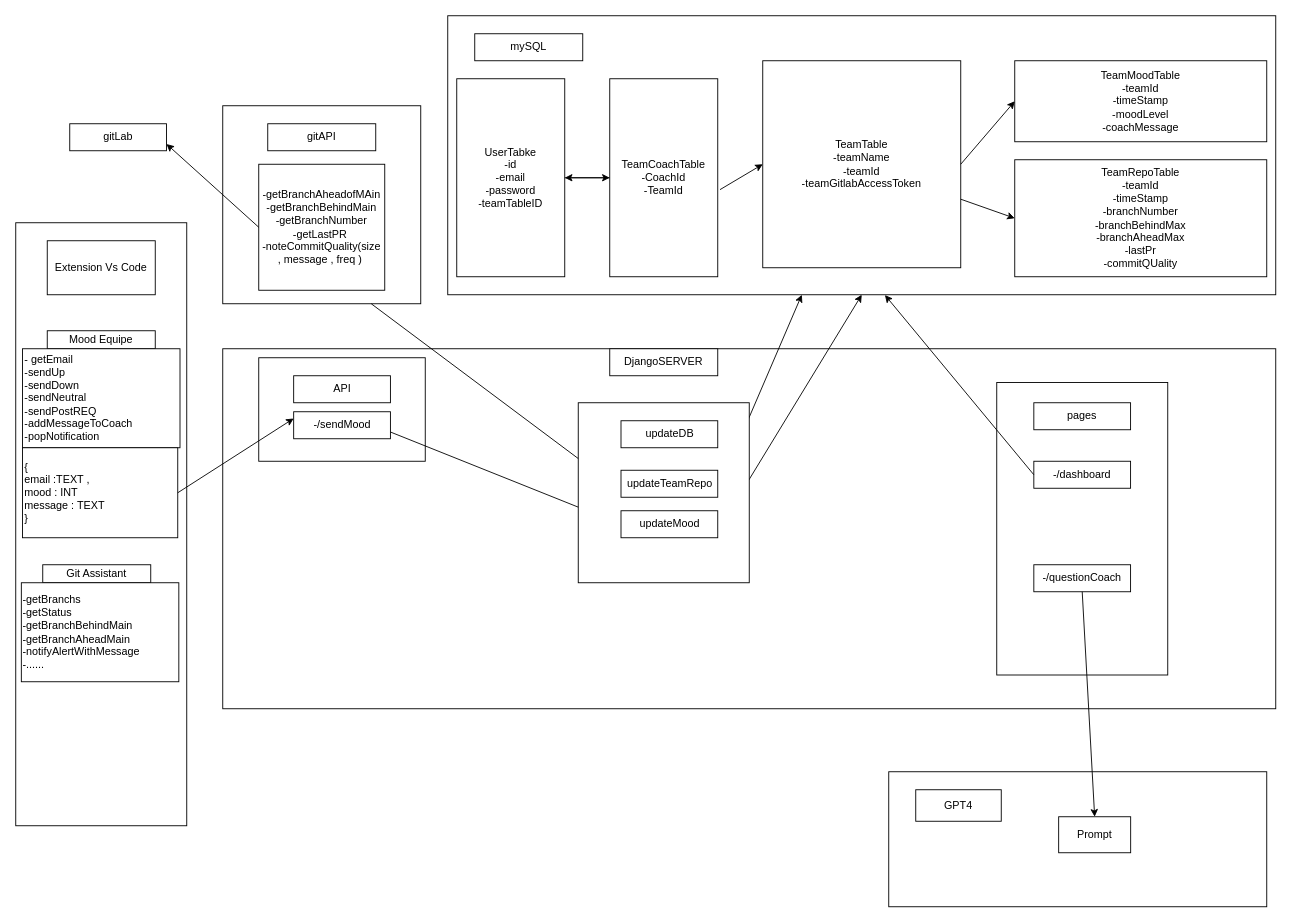
Above: architecture.drawio in mohamedali3107/codingcoach (draw.io), before the change. Source tidied: cells renumbered, new cells numbered last; positions are measured from the earlier drawing's top-left corner, leaving out a move shared by most shapes. Both pictures are drawn from the tidied source at 90%, with x=0, y=0 at pixel (15, 15).
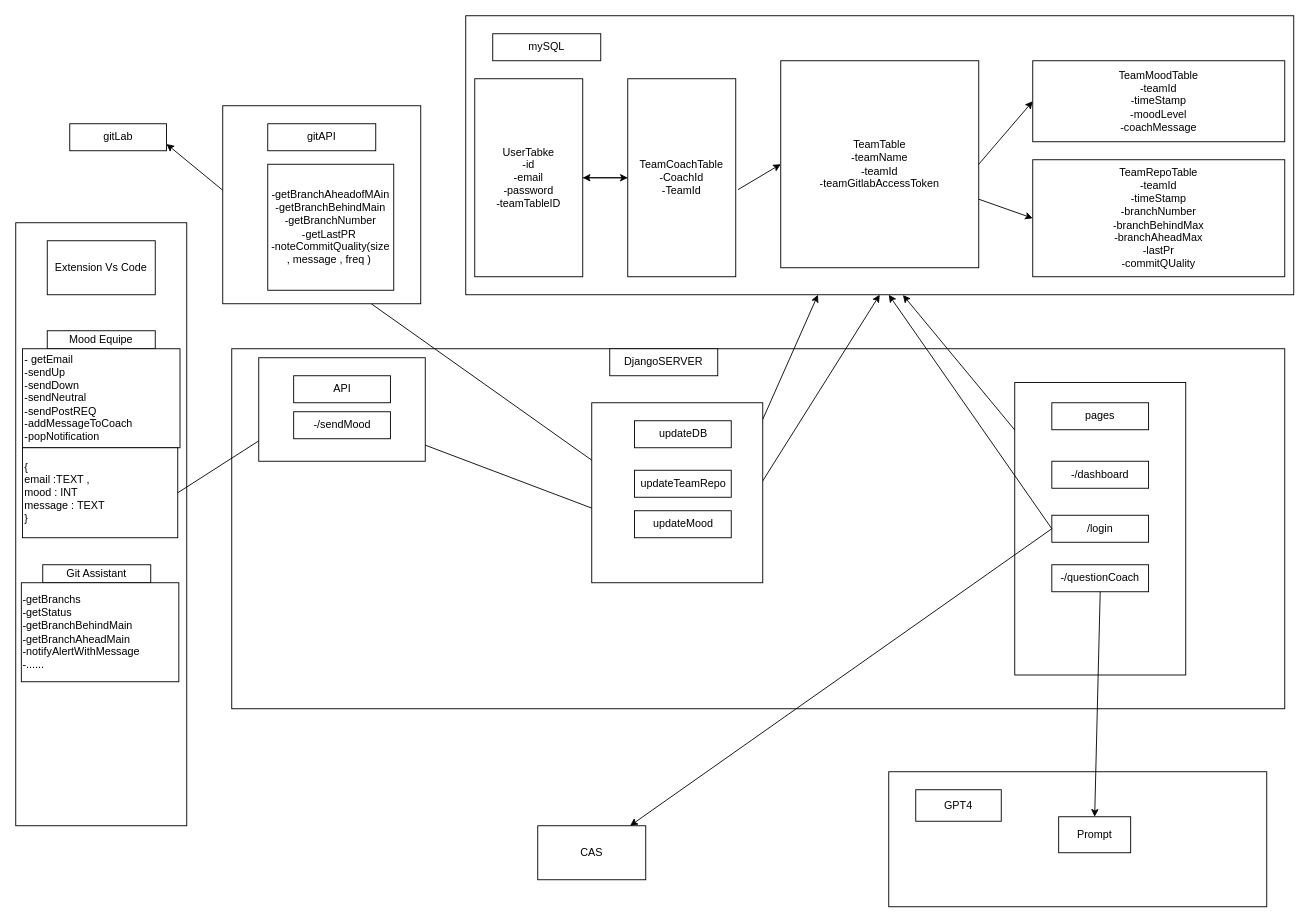
The same diagram, later.

Change to the diagram source:
```diff
@@
-    <mxCell id="10" style="rounded=0;whiteSpace=wrap;html=1;" parent="1" vertex="1">
-      <mxGeometry x="230" y="100" width="220" height="220" as="geometry" />
-    </mxCell>
-    <mxCell id="11" value="gitAPI" style="rounded=0;whiteSpace=wrap;html=1;" parent="1" vertex="1">
-      <mxGeometry x="280" y="120" width="120" height="30" as="geometry" />
-    </mxCell>
-    <mxCell id="12" value="-getBranchAheadofMAin&lt;br&gt;-getBranchBehindMain&lt;br&gt;-getBranchNumber&lt;br&gt;-getLastPR&amp;nbsp;&lt;br&gt;-noteCommitQuality(size , message , freq )&amp;nbsp;" style="whiteSpace=wrap;html=1;" parent="1" vertex="1">
-      <mxGeometry x="270" y="165" width="140" height="140" as="geometry" />
-    </mxCell>
     <mxCell id="13" style="rounded=0;whiteSpace=wrap;html=1;" parent="1" vertex="1">
-      <mxGeometry x="230" y="370" width="1170" height="400" as="geometry" />
+      <mxGeometry x="240" y="370" width="1170" height="400" as="geometry" />
     </mxCell>
@@
-    <mxCell id="15" style="rounded=0;whiteSpace=wrap;html=1;" parent="1" vertex="1">
-      <mxGeometry x="270" y="380" width="185" height="115" as="geometry" />
-    </mxCell>
-    <mxCell id="16" value="API" style="rounded=0;whiteSpace=wrap;html=1;" parent="1" vertex="1">
-      <mxGeometry x="308.8" y="400" width="107.5" height="30" as="geometry" />
-    </mxCell>
-    <mxCell id="17" value="-/sendMood" style="rounded=0;whiteSpace=wrap;html=1;" parent="1" vertex="1">
-      <mxGeometry x="308.8" y="440" width="107.5" height="30" as="geometry" />
-    </mxCell>
@@
-    <mxCell id="19" style="rounded=0;whiteSpace=wrap;html=1;" parent="1" vertex="1">
-      <mxGeometry x="1090" y="407.5" width="190" height="325" as="geometry" />
-    </mxCell>
@@
-    <mxCell id="22" value="pages" style="rounded=0;whiteSpace=wrap;html=1;" parent="1" vertex="1">
-      <mxGeometry x="1131.2" y="430" width="107.5" height="30" as="geometry" />
-    </mxCell>
-    <mxCell id="23" value="-/dashboard" style="rounded=0;whiteSpace=wrap;html=1;" parent="1" vertex="1">
-      <mxGeometry x="1131.2" y="495" width="107.5" height="30" as="geometry" />
-    </mxCell>
-    <mxCell id="24" value="-/questionCoach" style="rounded=0;whiteSpace=wrap;html=1;" parent="1" vertex="1">
-      <mxGeometry x="1131.2" y="610" width="107.5" height="30" as="geometry" />
-    </mxCell>
     <mxCell id="25" style="group;" parent="1" vertex="1">
-      <mxGeometry x="480" width="920" height="310" as="geometry" />
+      <mxGeometry x="500" width="920" height="310" as="geometry" />
     </mxCell>
@@
     <mxCell id="42" style="group;" parent="1" vertex="1">
-      <mxGeometry x="625" y="430" width="190" height="200" as="geometry" />
+      <mxGeometry x="640" y="430" width="190" height="200" as="geometry" />
     </mxCell>
@@
+    <mxCell id="52" style="group;" parent="1" vertex="1">
+      <mxGeometry x="970" y="840" width="420" height="150" as="geometry" />
+    </mxCell>
-    <mxCell id="48" style="rounded=0;whiteSpace=wrap;html=1;" parent="1" vertex="1">
-      <mxGeometry x="970" y="840" width="420" height="150" as="geometry" />
+    <mxCell id="48" style="rounded=0;whiteSpace=wrap;html=1;" parent="52" vertex="1">
+      <mxGeometry width="420" height="150" as="geometry" />
     </mxCell>
-    <mxCell id="49" value="GPT4" style="rounded=0;whiteSpace=wrap;html=1;" parent="1" vertex="1">
-      <mxGeometry x="1000" y="860" width="95" height="35" as="geometry" />
+    <mxCell id="49" value="GPT4" style="rounded=0;whiteSpace=wrap;html=1;" parent="52" vertex="1">
+      <mxGeometry x="30" y="20" width="95" height="35" as="geometry" />
     </mxCell>
-    <mxCell id="50" value="Prompt" style="rounded=0;whiteSpace=wrap;html=1;" parent="1" vertex="1">
-      <mxGeometry x="1158.8" y="890" width="80" height="40" as="geometry" />
+    <mxCell id="50" value="Prompt" style="rounded=0;whiteSpace=wrap;html=1;" parent="52" vertex="1">
+      <mxGeometry x="188.8" y="50" width="80" height="40" as="geometry" />
     </mxCell>
+    <mxCell id="53" style="group;" parent="1" vertex="1">
+      <mxGeometry x="1110" y="407.5" width="190" height="325" as="geometry" />
+    </mxCell>
+    <mxCell id="19" style="rounded=0;whiteSpace=wrap;html=1;" parent="53" vertex="1">
+      <mxGeometry width="190" height="325" as="geometry" />
+    </mxCell>
+    <mxCell id="22" value="pages" style="rounded=0;whiteSpace=wrap;html=1;" parent="53" vertex="1">
+      <mxGeometry x="41.2" y="22.5" width="107.5" height="30" as="geometry" />
+    </mxCell>
+    <mxCell id="23" value="-/dashboard" style="rounded=0;whiteSpace=wrap;html=1;" parent="53" vertex="1">
+      <mxGeometry x="41.2" y="87.5" width="107.5" height="30" as="geometry" />
+    </mxCell>
+    <mxCell id="24" value="-/questionCoach" style="rounded=0;whiteSpace=wrap;html=1;" parent="53" vertex="1">
+      <mxGeometry x="41.2" y="202.5" width="107.5" height="30" as="geometry" />
+    </mxCell>
+    <mxCell id="54" value="/login" style="rounded=0;whiteSpace=wrap;html=1;" parent="53" vertex="1">
+      <mxGeometry x="41.2" y="147.5" width="107.5" height="30" as="geometry" />
+    </mxCell>
+    <mxCell id="55" style="group;" parent="1" vertex="1">
+      <mxGeometry x="270" y="380" width="185" height="115" as="geometry" />
+    </mxCell>
+    <mxCell id="15" style="rounded=0;whiteSpace=wrap;html=1;" parent="55" vertex="1">
+      <mxGeometry width="185" height="115" as="geometry" />
+    </mxCell>
+    <mxCell id="16" value="API" style="rounded=0;whiteSpace=wrap;html=1;" parent="55" vertex="1">
+      <mxGeometry x="38.8" y="20" width="107.5" height="30" as="geometry" />
+    </mxCell>
+    <mxCell id="17" value="-/sendMood" style="rounded=0;whiteSpace=wrap;html=1;" parent="55" vertex="1">
+      <mxGeometry x="38.8" y="60" width="107.5" height="30" as="geometry" />
+    </mxCell>
+    <mxCell id="56" style="group;" parent="1" vertex="1">
+      <mxGeometry x="230" y="100" width="220" height="220" as="geometry" />
+    </mxCell>
+    <mxCell id="10" style="rounded=0;whiteSpace=wrap;html=1;" parent="56" vertex="1">
+      <mxGeometry width="220" height="220" as="geometry" />
+    </mxCell>
+    <mxCell id="11" value="gitAPI" style="rounded=0;whiteSpace=wrap;html=1;" parent="56" vertex="1">
+      <mxGeometry x="50" y="20" width="120" height="30" as="geometry" />
+    </mxCell>
+    <mxCell id="12" value="-getBranchAheadofMAin&lt;br&gt;-getBranchBehindMain&lt;br&gt;-getBranchNumber&lt;br&gt;-getLastPR&amp;nbsp;&lt;br&gt;-noteCommitQuality(size , message , freq )&amp;nbsp;" style="whiteSpace=wrap;html=1;" parent="56" vertex="1">
+      <mxGeometry x="50" y="65" width="140" height="140" as="geometry" />
+    </mxCell>
@@
+    <mxCell id="57" value="CAS" style="rounded=0;whiteSpace=wrap;html=1;" parent="1" vertex="1">
+      <mxGeometry x="580" y="900" width="120" height="60" as="geometry" />
+    </mxCell>
+    <mxCell id="58" style="edgeStyle=none;html=1;exitX=0;exitY=0.5;exitDx=0;exitDy=0;" parent="1" edge="1" source="54" target="57">
+      <mxGeometry relative="1" as="geometry" />
+    </mxCell>
+    <mxCell id="59" style="edgeStyle=none;html=1;exitX=0;exitY=0.5;exitDx=0;exitDy=0;" parent="1" edge="1" source="54">
+      <mxGeometry relative="1" as="geometry">
+        <mxPoint x="970" y="310" as="targetPoint" />
+      </mxGeometry>
+    </mxCell>
```
